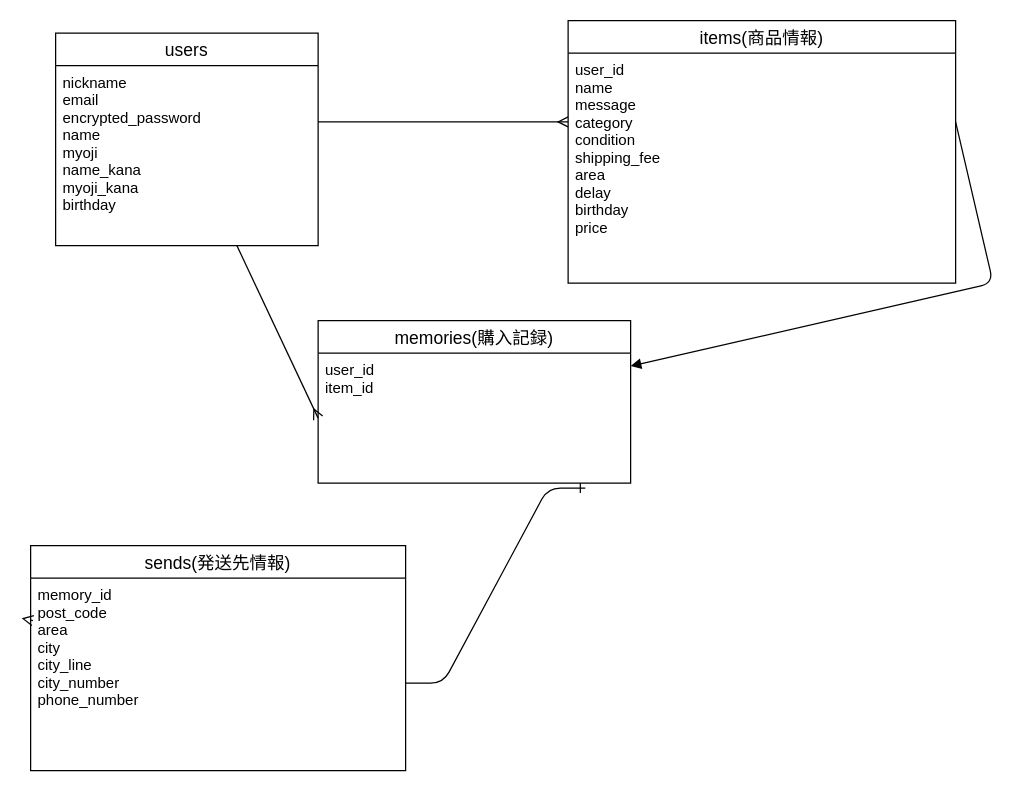
The draw.io diagram app/views/ER.dio in yyudaii/furima-41117, before the edit. Source tidied: cells renumbered, new cells numbered last; positions are measured from the earlier drawing's top-left corner, leaving out a move shared by most shapes. Both pictures are drawn from the tidied source at 125%, with x=0, y=0 at pixel (30, 20).
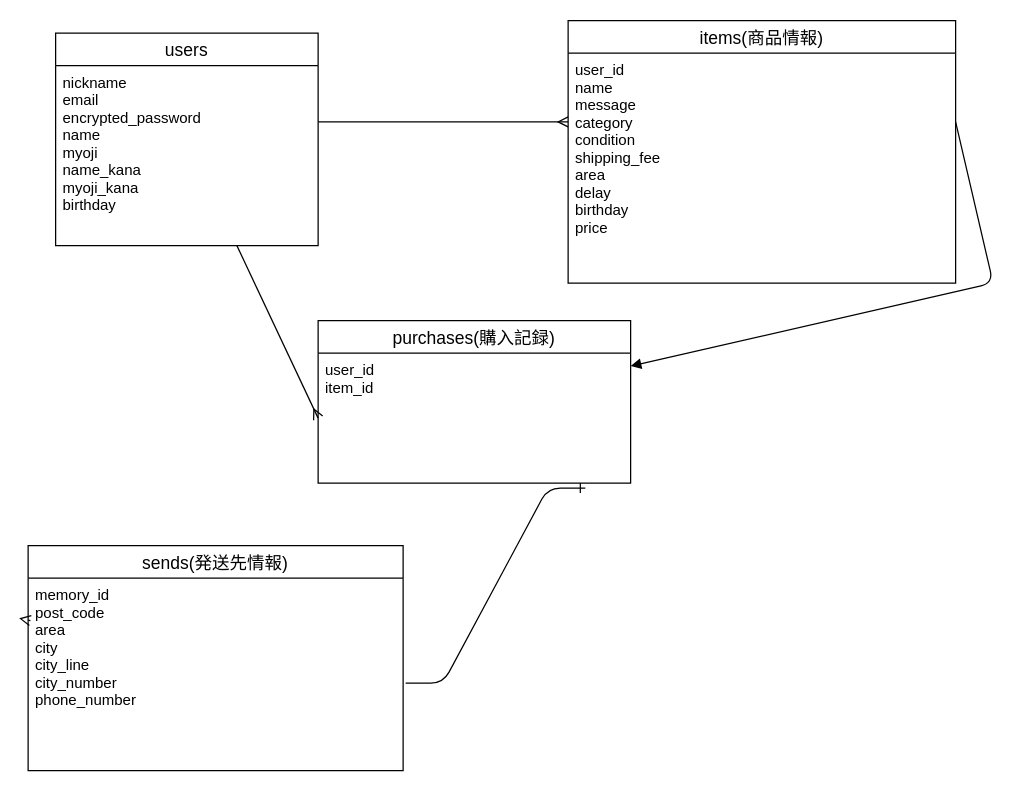
Above is the later version.

Change to the diagram source:
```diff
@@
     <mxCell id="5" value="sends(発送先情報)" style="swimlane;fontStyle=0;horizontal=1;startSize=26;align=center;fontSize=14;direction=east;" parent="1" vertex="1">
-      <mxGeometry y="420" width="300" height="180" as="geometry" />
+      <mxGeometry x="-2" y="420" width="300" height="180" as="geometry" />
     </mxCell>
@@
-    <mxCell id="13" value="memories(購入記録)" style="swimlane;fontStyle=0;horizontal=1;startSize=26;align=center;fontSize=14;" parent="1" vertex="1">
+    <mxCell id="13" value="purchases(購入記録)" style="swimlane;fontStyle=0;horizontal=1;startSize=26;align=center;fontSize=14;" parent="1" vertex="1">
       <mxGeometry x="230" y="240" width="250" height="130" as="geometry" />
     </mxCell>
```
